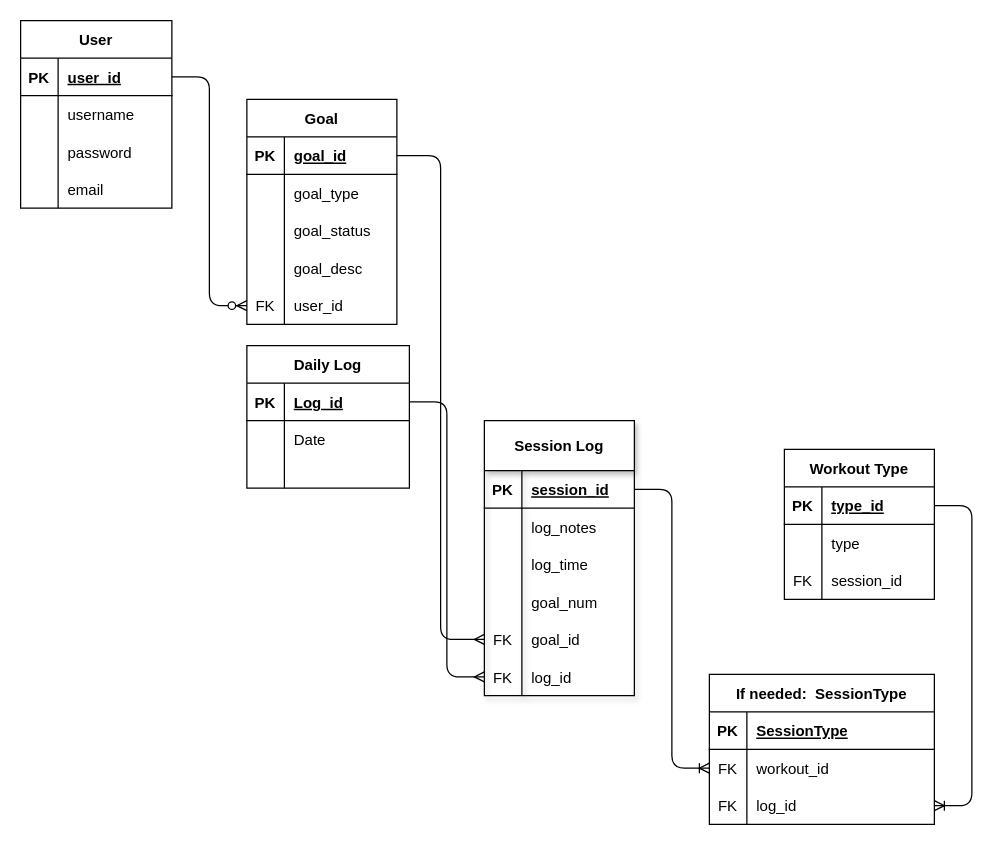
This is erd (1).dio from RamonHODS/GIT-FIT-BRUV, a draw.io file, before an edit. Source tidied: cells renumbered, new cells numbered last; positions are measured from the earlier drawing's top-left corner, leaving out a move shared by most shapes. Both pictures are drawn from the tidied source at 125%, with x=0, y=0 at pixel (20, 20).
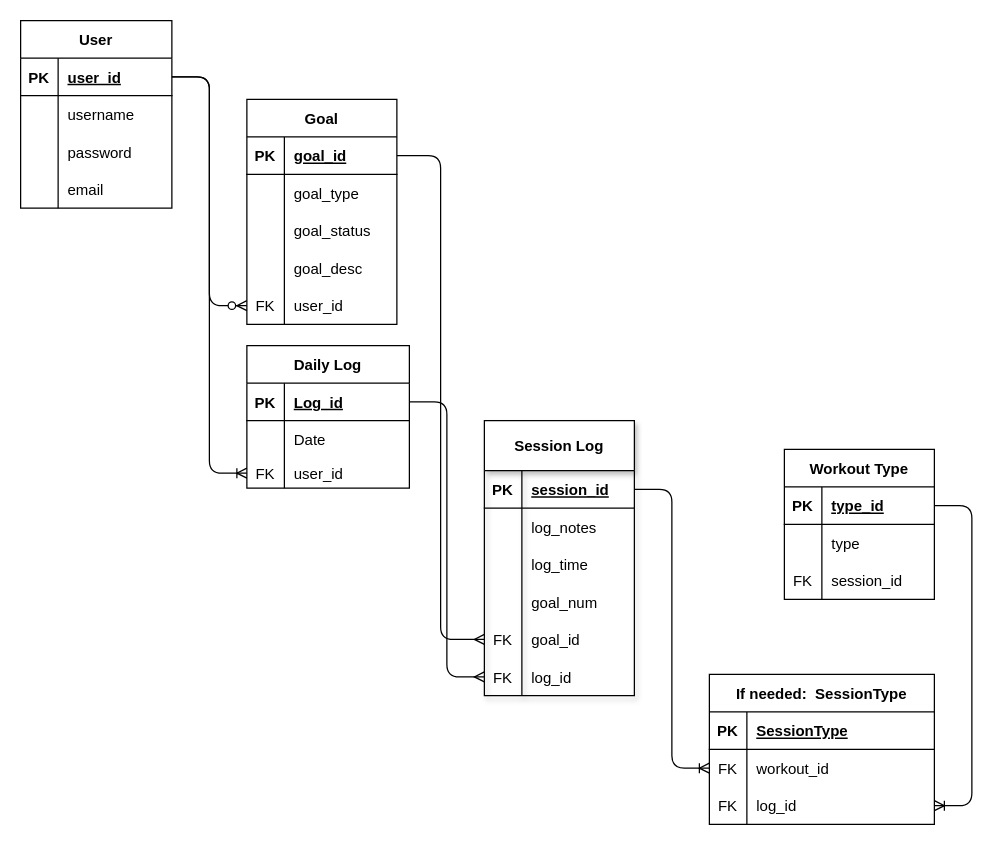
After the change.

Commit message (it also covers changes not shown here):
updated erd to reflect that each user will have multiple daily logs. updated user model to include the foreign key. updated the seeds to match.

The change refers to these unchanged cells:
```xml
<mxCell id="3" style="shape=tableRow;horizontal=0;startSize=0;swimlaneHead=0;swimlaneBody=0;fillColor=none;points=[[0,0.5],[1,0.5]];portConstraint=eastwest;top=0;left=0;right=0;bottom=1;" parent="2" vertex="1">
  <mxGeometry y="30" width="121" height="30" as="geometry" />
</mxCell>
<mxCell id="67" style="shape=tableRow;horizontal=0;startSize=0;swimlaneHead=0;swimlaneBody=0;fillColor=none;points=[[0,0.5],[1,0.5]];portConstraint=eastwest;top=0;left=0;right=0;bottom=0;" parent="60" vertex="1">
  <mxGeometry y="90" width="130" height="24" as="geometry" />
</mxCell>
```

Change to the diagram source:
```diff
@@
-    <mxCell id="68" style="shape=partialRectangle;fillColor=none;top=0;left=0;bottom=0;right=0;overflow=hidden;" parent="67" vertex="1">
+    <mxCell id="68" value="FK" style="shape=partialRectangle;fillColor=none;top=0;left=0;bottom=0;right=0;overflow=hidden;" parent="67" vertex="1">
       <mxGeometry width="30" height="24" as="geometry" />
     </mxCell>
-    <mxCell id="69" style="shape=partialRectangle;fillColor=none;top=0;left=0;bottom=0;right=0;align=left;spacingLeft=6;overflow=hidden;" parent="67" vertex="1">
+    <mxCell id="69" value="user_id" style="shape=partialRectangle;fillColor=none;top=0;left=0;bottom=0;right=0;align=left;spacingLeft=6;overflow=hidden;" parent="67" vertex="1">
       <mxGeometry x="30" width="100" height="24" as="geometry" />
     </mxCell>
@@
+    <mxCell id="85" style="edgeStyle=entityRelationEdgeStyle;fontSize=12;html=1;endArrow=ERoneToMany;exitX=1;exitY=0.5;exitDx=0;exitDy=0;entryX=0;entryY=0.5;entryDx=0;entryDy=0;" parent="1" edge="1" source="3" target="67">
+      <mxGeometry relative="1" as="geometry" />
+    </mxCell>
```
